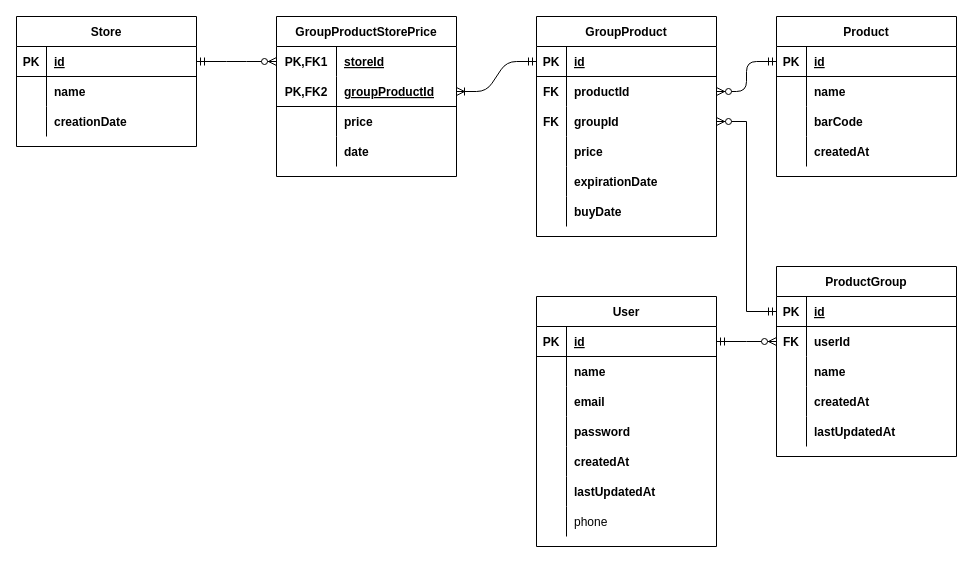
Danilo4lves/pantry.api keeps this draw.io diagram as docs/diagrams/entity-relationship.drawio. Above is the earlier version. Source tidied: cells renumbered, new cells numbered last; positions are measured from the earlier drawing's top-left corner, leaving out a move shared by most shapes. Both pictures are drawn from the tidied source at 100%, with x=0, y=0 at pixel (16, 16).
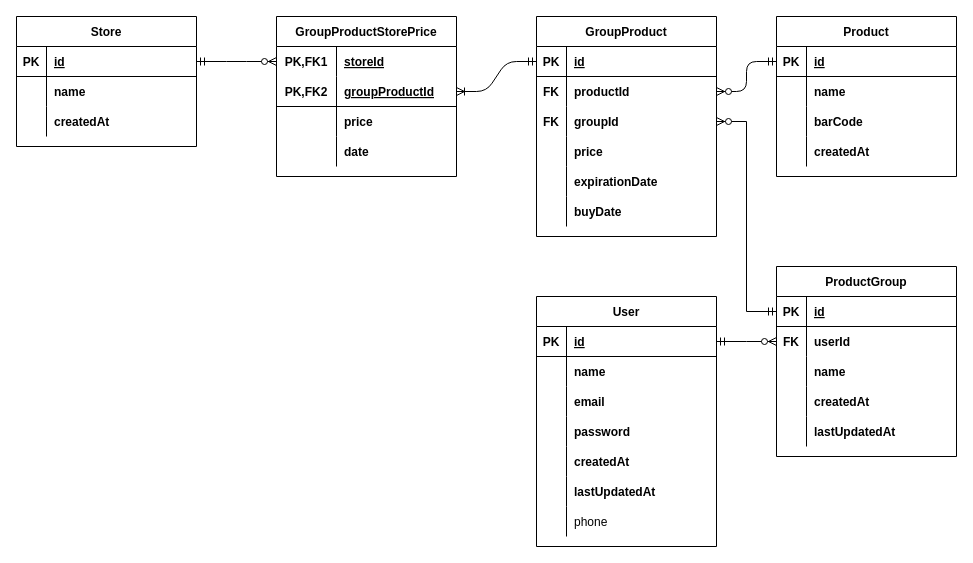
The same diagram, later.

Commit message:
task(ERD): Changes store creationDate to createdAt

The change refers to these unchanged cells:
```xml
<mxCell id="62" style="shape=tableRow;horizontal=0;startSize=0;swimlaneHead=0;swimlaneBody=0;fillColor=none;top=0;left=0;right=0;bottom=0;" parent="55" vertex="1">
  <mxGeometry y="90" width="180" height="30" as="geometry" />
</mxCell>
```

The edit, as a diff of the source:
```diff
@@
-    <mxCell id="64" value="creationDate" style="shape=partialRectangle;fillColor=none;top=0;left=0;bottom=0;right=0;align=left;spacingLeft=6;overflow=hidden;fontStyle=1;" parent="62" vertex="1">
+    <mxCell id="64" value="createdAt" style="shape=partialRectangle;fillColor=none;top=0;left=0;bottom=0;right=0;align=left;spacingLeft=6;overflow=hidden;fontStyle=1;" parent="62" vertex="1">
       <mxGeometry x="30" width="150" height="30" as="geometry" />
     </mxCell>
```
